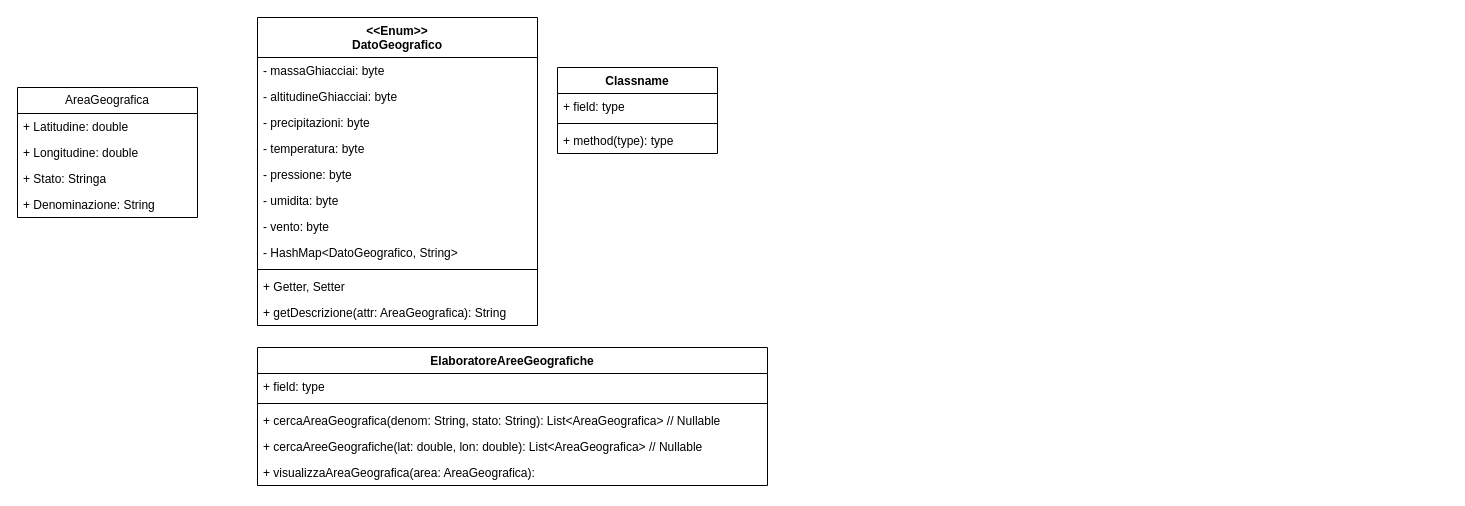
Before: doc/Untitled Diagram.drawio in Qu4draetto-A3B/UniLab, a draw.io diagram. Source tidied: cells renumbered, new cells numbered last; positions are measured from the earlier drawing's top-left corner, leaving out a move shared by most shapes. Both pictures are drawn from the tidied source at 100%, with x=0, y=0 at pixel (17, 17).
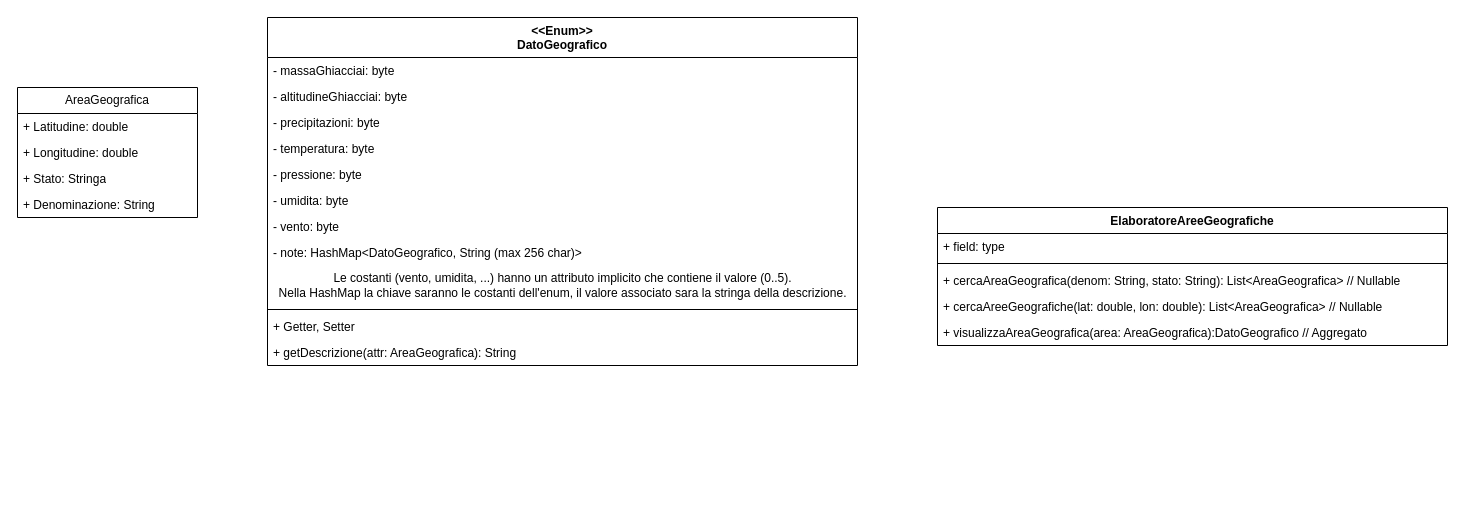
After the change.

Diff of the diagram source:
```diff
@@
     <mxCell id="7" value="ElaboratoreAreeGeografiche" style="swimlane;fontStyle=1;align=center;verticalAlign=top;horizontal=1;startSize=26;whiteSpace=wrap;html=1;" parent="1" vertex="1">
-      <mxGeometry x="240" y="330" width="510" height="138" as="geometry" />
+      <mxGeometry x="920" y="190" width="510" height="138" as="geometry" />
     </mxCell>
@@
-    <mxCell id="12" value="+ visualizzaAreaGeografica(area: AreaGeografica): " style="text;strokeColor=none;fillColor=none;align=left;verticalAlign=top;spacingLeft=4;spacingRight=4;overflow=hidden;whiteSpace=wrap;html=1;" parent="7" vertex="1">
+    <mxCell id="12" value="+ visualizzaAreaGeografica(area: AreaGeografica):DatoGeografico // Aggregato" style="text;strokeColor=none;fillColor=none;align=left;verticalAlign=top;spacingLeft=4;spacingRight=4;overflow=hidden;whiteSpace=wrap;html=1;" parent="7" vertex="1">
       <mxGeometry y="112" width="510" height="26" as="geometry" />
     </mxCell>
-    <mxCell id="13" value="Classname" style="swimlane;fontStyle=1;align=center;verticalAlign=top;horizontal=1;startSize=26;whiteSpace=wrap;html=1;" parent="1" vertex="1">
-      <mxGeometry x="540" y="50" width="160" height="86" as="geometry" />
-    </mxCell>
-    <mxCell id="14" value="+ field: type" style="text;strokeColor=none;fillColor=none;align=left;verticalAlign=top;spacingLeft=4;spacingRight=4;overflow=hidden;whiteSpace=wrap;html=1;" parent="13" vertex="1">
-      <mxGeometry y="26" width="160" height="26" as="geometry" />
-    </mxCell>
-    <mxCell id="15" style="line;strokeWidth=1;fillColor=none;align=left;verticalAlign=middle;spacingTop=-1;spacingLeft=3;spacingRight=3;labelPosition=right;strokeColor=inherit;" parent="13" vertex="1">
-      <mxGeometry y="52" width="160" height="8" as="geometry" />
-    </mxCell>
-    <mxCell id="16" value="+ method(type): type" style="text;strokeColor=none;fillColor=none;align=left;verticalAlign=top;spacingLeft=4;spacingRight=4;overflow=hidden;whiteSpace=wrap;html=1;" parent="13" vertex="1">
-      <mxGeometry y="60" width="160" height="26" as="geometry" />
-    </mxCell>
     <mxCell id="17" value="&amp;lt;&amp;lt;Enum&amp;gt;&amp;gt;&lt;br&gt;&lt;div&gt;DatoGeografico&lt;/div&gt;" style="swimlane;fontStyle=1;align=center;verticalAlign=top;horizontal=1;startSize=40;whiteSpace=wrap;html=1;" parent="1" vertex="1">
-      <mxGeometry x="240" width="280" height="308" as="geometry" />
+      <mxGeometry x="250" width="590" height="348" as="geometry" />
     </mxCell>
     <mxCell id="18" value="&lt;div&gt;- massaGhiacciai: byte&lt;/div&gt;" style="text;strokeColor=none;fillColor=none;align=left;verticalAlign=top;spacingLeft=4;spacingRight=4;overflow=hidden;whiteSpace=wrap;html=1;" parent="17" vertex="1">
-      <mxGeometry y="40" width="280" height="26" as="geometry" />
+      <mxGeometry y="40" width="590" height="26" as="geometry" />
     </mxCell>
     <mxCell id="19" value="- altitudineGhiacciai: byte" style="text;strokeColor=none;fillColor=none;align=left;verticalAlign=top;spacingLeft=4;spacingRight=4;overflow=hidden;whiteSpace=wrap;html=1;" parent="17" vertex="1">
-      <mxGeometry y="66" width="280" height="26" as="geometry" />
+      <mxGeometry y="66" width="590" height="26" as="geometry" />
     </mxCell>
     <mxCell id="20" value="- precipitazioni: byte" style="text;strokeColor=none;fillColor=none;align=left;verticalAlign=top;spacingLeft=4;spacingRight=4;overflow=hidden;whiteSpace=wrap;html=1;" parent="17" vertex="1">
-      <mxGeometry y="92" width="280" height="26" as="geometry" />
+      <mxGeometry y="92" width="590" height="26" as="geometry" />
     </mxCell>
     <mxCell id="21" value="- temperatura: byte" style="text;strokeColor=none;fillColor=none;align=left;verticalAlign=top;spacingLeft=4;spacingRight=4;overflow=hidden;whiteSpace=wrap;html=1;" parent="17" vertex="1">
-      <mxGeometry y="118" width="280" height="26" as="geometry" />
+      <mxGeometry y="118" width="590" height="26" as="geometry" />
     </mxCell>
     <mxCell id="22" value="- pressione: byte" style="text;strokeColor=none;fillColor=none;align=left;verticalAlign=top;spacingLeft=4;spacingRight=4;overflow=hidden;whiteSpace=wrap;html=1;" parent="17" vertex="1">
-      <mxGeometry y="144" width="280" height="26" as="geometry" />
+      <mxGeometry y="144" width="590" height="26" as="geometry" />
     </mxCell>
     <mxCell id="23" value="- umidita: byte" style="text;strokeColor=none;fillColor=none;align=left;verticalAlign=top;spacingLeft=4;spacingRight=4;overflow=hidden;whiteSpace=wrap;html=1;" parent="17" vertex="1">
-      <mxGeometry y="170" width="280" height="26" as="geometry" />
+      <mxGeometry y="170" width="590" height="26" as="geometry" />
     </mxCell>
     <mxCell id="24" value="- vento: byte" style="text;strokeColor=none;fillColor=none;align=left;verticalAlign=top;spacingLeft=4;spacingRight=4;overflow=hidden;whiteSpace=wrap;html=1;" parent="17" vertex="1">
-      <mxGeometry y="196" width="280" height="26" as="geometry" />
+      <mxGeometry y="196" width="590" height="26" as="geometry" />
     </mxCell>
-    <mxCell id="25" value="- HashMap&amp;lt;DatoGeografico, String&amp;gt;" style="text;strokeColor=none;fillColor=none;align=left;verticalAlign=top;spacingLeft=4;spacingRight=4;overflow=hidden;whiteSpace=wrap;html=1;" parent="17" vertex="1">
-      <mxGeometry y="222" width="280" height="26" as="geometry" />
+    <mxCell id="25" value="- note: HashMap&amp;lt;DatoGeografico, String (max 256 char)&amp;gt;" style="text;strokeColor=none;fillColor=none;align=left;verticalAlign=top;spacingLeft=4;spacingRight=4;overflow=hidden;whiteSpace=wrap;html=1;" parent="17" vertex="1">
+      <mxGeometry y="222" width="590" height="26" as="geometry" />
     </mxCell>
+    <mxCell id="29" value="&lt;div&gt;Le costanti (vento, umidita, ...) hanno un attributo implicito che contiene il valore (0..5).&lt;/div&gt;&lt;div&gt;Nella HashMap la chiave saranno le costanti dell'enum, il valore associato sara la stringa della descrizione.&lt;br&gt;&lt;/div&gt;" style="text;html=1;align=center;verticalAlign=middle;strokeColor=none;fillColor=none;" parent="17" vertex="1">
+      <mxGeometry y="248" width="590" height="40" as="geometry" />
+    </mxCell>
     <mxCell id="26" style="line;strokeWidth=1;fillColor=none;align=left;verticalAlign=middle;spacingTop=-1;spacingLeft=3;spacingRight=3;labelPosition=right;strokeColor=inherit;" parent="17" vertex="1">
-      <mxGeometry y="248" width="280" height="8" as="geometry" />
+      <mxGeometry y="288" width="590" height="8" as="geometry" />
     </mxCell>
     <mxCell id="27" value="+ Getter, Setter" style="text;strokeColor=none;fillColor=none;align=left;verticalAlign=top;spacingLeft=4;spacingRight=4;overflow=hidden;whiteSpace=wrap;html=1;" parent="17" vertex="1">
-      <mxGeometry y="256" width="280" height="26" as="geometry" />
+      <mxGeometry y="296" width="590" height="26" as="geometry" />
     </mxCell>
     <mxCell id="28" value="+ getDescrizione(attr: AreaGeografica): String" style="text;strokeColor=none;fillColor=none;align=left;verticalAlign=top;spacingLeft=4;spacingRight=4;overflow=hidden;whiteSpace=wrap;html=1;" parent="17" vertex="1">
-      <mxGeometry y="282" width="280" height="26" as="geometry" />
+      <mxGeometry y="322" width="590" height="26" as="geometry" />
     </mxCell>
```
